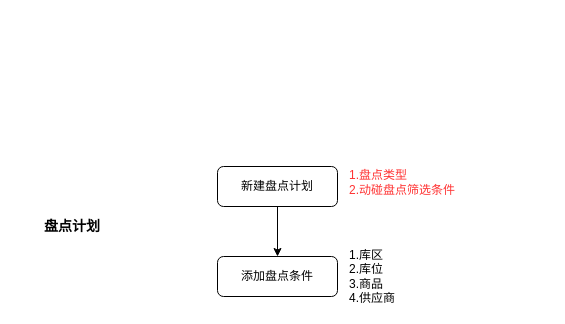
Earlier version of the draw.io diagram 动碰盘点条件子流程.drawio (18516264210/aikucun). Source tidied: cells renumbered, new cells numbered last; positions are measured from the earlier drawing's top-left corner, leaving out a move shared by most shapes. Both pictures are drawn from the tidied source at 100%, with x=0, y=0 at pixel (17, 157).
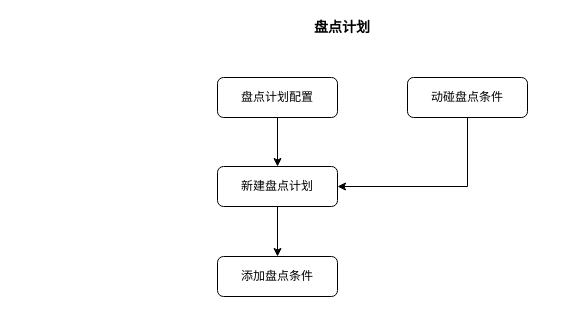
The same diagram, later.

Commit message (it also covers changes not shown here):
更新动碰盘点条件子流程.drawio

The edit, as a diff of the source:
```diff
@@
 <mxGraphModel>
   <root>
     <mxCell id="0" />
     <mxCell id="1" parent="0" />
     <mxCell id="2" style="edgeStyle=orthogonalEdgeStyle;rounded=0;jettySize=auto;html=1;exitX=0.5;exitY=1;exitDx=0;exitDy=0;entryX=0.5;entryY=0;entryDx=0;entryDy=0;" parent="1" edge="1" source="3" target="4">
       <mxGeometry relative="1" as="geometry" />
     </mxCell>
     <mxCell id="3" value="新建盘点计划" style="rounded=1;whiteSpace=wrap;html=1;fontSize=12;glass=0;strokeWidth=1;shadow=0;" parent="1" vertex="1">
       <mxGeometry x="200" y="9" width="120" height="40" as="geometry" />
     </mxCell>
     <mxCell id="4" value="添加盘点条件" style="rounded=1;whiteSpace=wrap;html=1;fontSize=12;glass=0;strokeWidth=1;shadow=0;" parent="1" vertex="1">
       <mxGeometry x="200" y="99" width="120" height="40" as="geometry" />
     </mxCell>
     <mxCell id="5" value="&lt;b&gt;&lt;font style=&quot;font-size: 14px&quot;&gt;盘点计划&lt;/font&gt;&lt;/b&gt;" style="text;html=1;strokeColor=none;fillColor=none;align=center;verticalAlign=middle;whiteSpace=wrap;rounded=0;" parent="1" vertex="1">
-      <mxGeometry y="59" width="110" height="20" as="geometry" />
+      <mxGeometry x="270" y="-140" width="110" height="20" as="geometry" />
     </mxCell>
-    <mxCell id="6" value="&lt;font color=&quot;#ff3333&quot;&gt;1.盘点类型&lt;br&gt;2.动碰盘点筛选条件&lt;br&gt;&lt;/font&gt;" style="text;html=1;strokeColor=#FFFFFF;fillColor=none;align=left;verticalAlign=middle;whiteSpace=wrap;rounded=0;" parent="1" vertex="1">
-      <mxGeometry x="330" width="200" height="50" as="geometry" />
-    </mxCell>
-    <mxCell id="7" value="1.库区&lt;br&gt;2.库位&lt;br&gt;3.商品&lt;br&gt;4.供应商" style="text;html=1;strokeColor=#FFFFFF;fillColor=none;align=left;verticalAlign=middle;whiteSpace=wrap;rounded=0;shadow=0;" parent="1" vertex="1">
-      <mxGeometry x="330" y="89" width="110" height="60" as="geometry" />
-    </mxCell>
+    <mxCell id="8" style="edgeStyle=orthogonalEdgeStyle;rounded=0;jettySize=auto;html=1;entryX=0.5;entryY=0;entryDx=0;entryDy=0;" parent="1" edge="1" source="9" target="3">
+      <mxGeometry relative="1" as="geometry" />
+    </mxCell>
+    <mxCell id="9" value="盘点计划配置" style="rounded=1;whiteSpace=wrap;html=1;fontSize=12;glass=0;strokeWidth=1;shadow=0;" parent="1" vertex="1">
+      <mxGeometry x="200" y="-80" width="120" height="40" as="geometry" />
+    </mxCell>
+    <mxCell id="10" style="edgeStyle=orthogonalEdgeStyle;rounded=0;jettySize=auto;html=1;entryX=1;entryY=0.5;entryDx=0;entryDy=0;" parent="1" edge="1" source="11" target="3">
+      <mxGeometry relative="1" as="geometry">
+        <Array as="points">
+          <mxPoint x="450" y="29" />
+        </Array>
+      </mxGeometry>
+    </mxCell>
+    <mxCell id="11" value="动碰盘点条件" style="rounded=1;whiteSpace=wrap;html=1;fontSize=12;glass=0;strokeWidth=1;shadow=0;" parent="1" vertex="1">
+      <mxGeometry x="390" y="-80" width="120" height="40" as="geometry" />
+    </mxCell>
   </root>
 </mxGraphModel>
```
